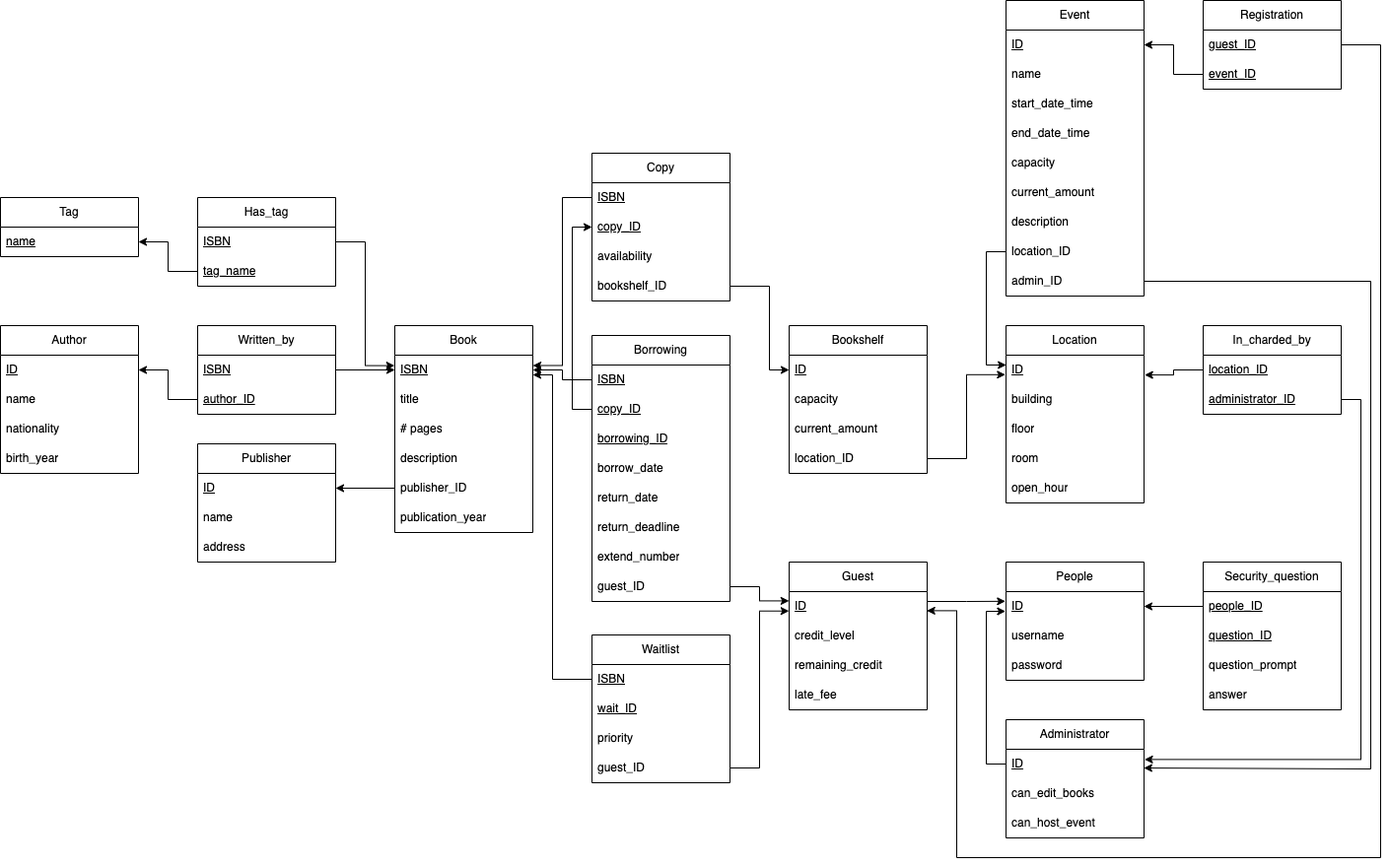
This is schema/relational_model/Relational Model Diagram.png from Kassaking7/eLibraryManagementSystem, a draw.io export, as it was before one commit. Source tidied: cells renumbered, new cells last; positions are measured from the earlier drawing's top-left corner, leaving out a move shared by most shapes.
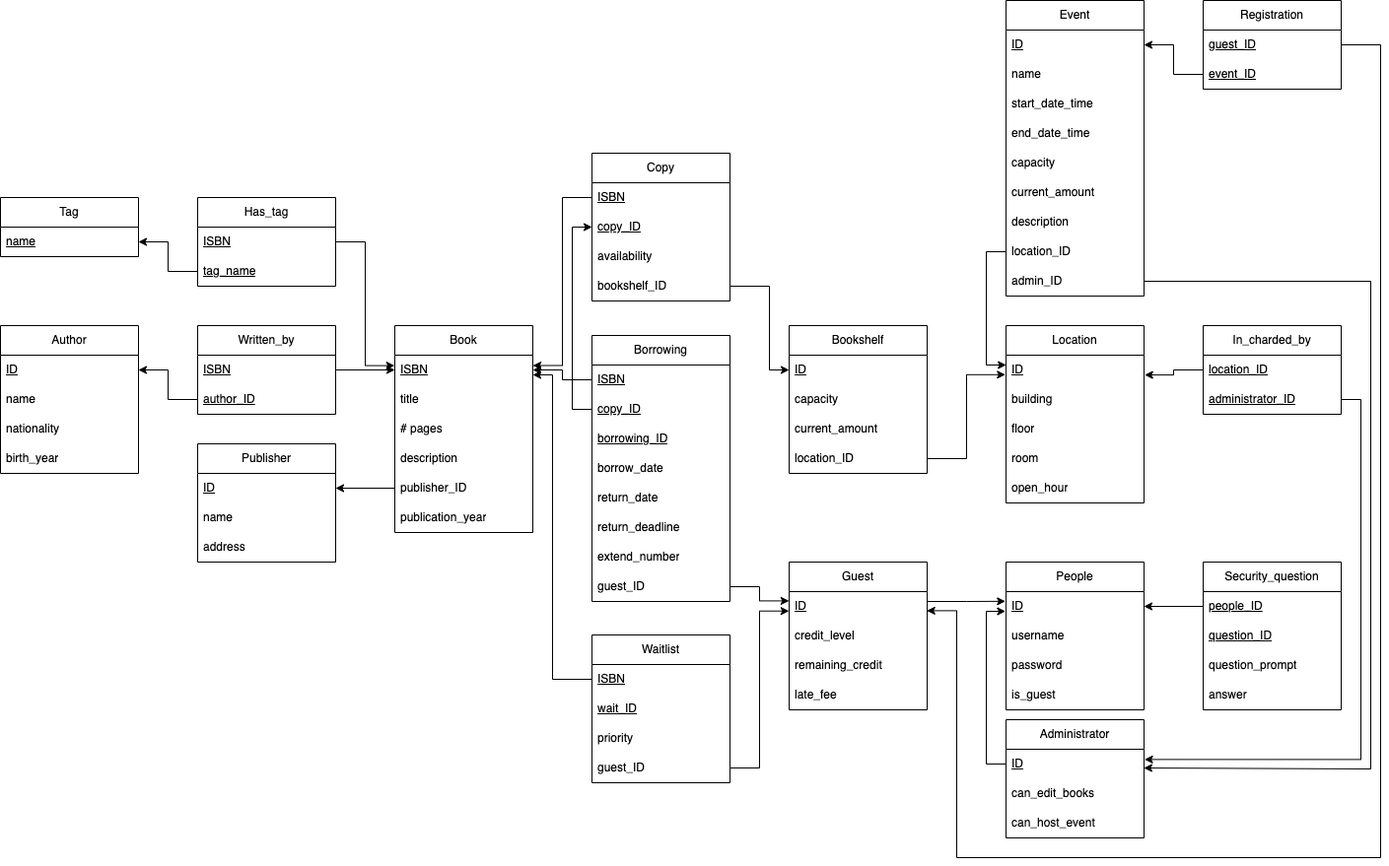
Above is the later version.

Change to the diagram source:
```diff
@@ -232,7 +232,7 @@
       <mxGeometry y="90" width="140" height="30" as="geometry" />
     </mxCell>
     <mxCell id="75" value="People" style="swimlane;fontStyle=0;horizontal=1;startSize=30;whiteSpace=wrap;html=1;" parent="1" vertex="1">
-      <mxGeometry x="1020" y="570" width="140" height="120" as="geometry" />
+      <mxGeometry x="1020" y="570" width="140" height="150" as="geometry" />
     </mxCell>
     <mxCell id="76" value="&lt;u&gt;ID&lt;/u&gt;" style="text;strokeColor=none;fillColor=none;align=left;verticalAlign=middle;spacingLeft=4;spacingRight=4;overflow=hidden;points=[[0,0.5],[1,0.5]];portConstraint=eastwest;whiteSpace=wrap;html=1;" parent="75" vertex="1">
       <mxGeometry y="30" width="140" height="30" as="geometry" />
@@ -243,6 +243,9 @@
     <mxCell id="78" value="password" style="text;strokeColor=none;fillColor=none;align=left;verticalAlign=middle;spacingLeft=4;spacingRight=4;overflow=hidden;whiteSpace=wrap;html=1;" parent="75" vertex="1">
       <mxGeometry y="90" width="140" height="30" as="geometry" />
     </mxCell>
+    <mxCell id="112" value="is_guest" style="text;strokeColor=none;fillColor=none;align=left;verticalAlign=middle;spacingLeft=4;spacingRight=4;overflow=hidden;whiteSpace=wrap;html=1;" parent="75" vertex="1">
+      <mxGeometry y="120" width="140" height="30" as="geometry" />
+    </mxCell>
     <mxCell id="79" style="edgeStyle=orthogonalEdgeStyle;rounded=0;jettySize=auto;html=1;entryX=-0.005;entryY=0.327;entryDx=0;entryDy=0;entryPerimeter=0;" parent="1" edge="1" target="76">
       <mxGeometry relative="1" as="geometry">
         <mxPoint x="940" y="610" as="sourcePoint" />
```
